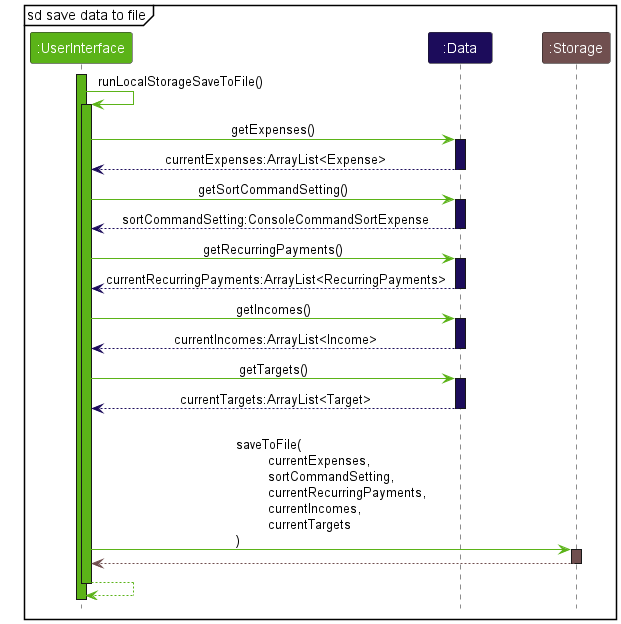
The PlantUML diagram docs/images/ComponentInteractionsSDSaveDataToFile.png in nus-cs2113-AY2223S1/tp, before a commit.
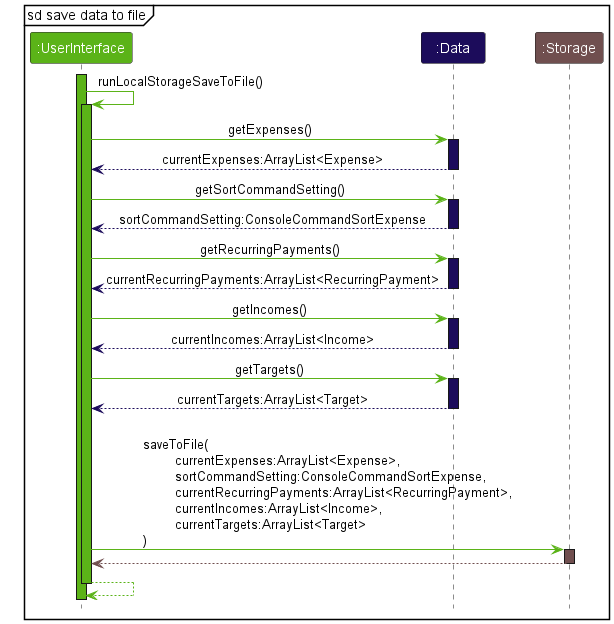
Above is the later version.

Commit message:
Add missing variable types to save data to file sd

Change to the diagram source:
```diff
@@ -28,7 +28,7 @@
 UserInterface -[USER_INTERFACE_COLOR_1]> Data : getRecurringPayments()
 activate Data DATA_COLOR_1
 
-Data --[DATA_COLOR_1]> UserInterface : currentRecurringPayments:ArrayList<RecurringPayments>
+Data --[DATA_COLOR_1]> UserInterface : currentRecurringPayments:ArrayList<RecurringPayment>
 deactivate Data
 
 UserInterface -[USER_INTERFACE_COLOR_1]> Data : getIncomes()
@@ -43,7 +43,7 @@
 Data --[DATA_COLOR_1]> UserInterface : currentTargets:ArrayList<Target>
 deactivate Data
 
-UserInterface -[USER_INTERFACE_COLOR_1]> Storage : \lsaveToFile(\n\tcurrentExpenses,\n\tsortCommandSetting,\n\tcurrentRecurringPayments,\n\tcurrentIncomes,\n\tcurrentTargets\n)
+UserInterface -[USER_INTERFACE_COLOR_1]> Storage : \lsaveToFile(\n\tcurrentExpenses:ArrayList<Expense>,\n\tsortCommandSetting:ConsoleCommandSortExpense,\n\tcurrentRecurringPayments:ArrayList<RecurringPayment>,\n\tcurrentIncomes:ArrayList<Income>,\n\tcurrentTargets:ArrayList<Target>\n)
 activate Storage STORAGE_COLOR_1
 
 Storage --[STORAGE_COLOR_1]> UserInterface
```
